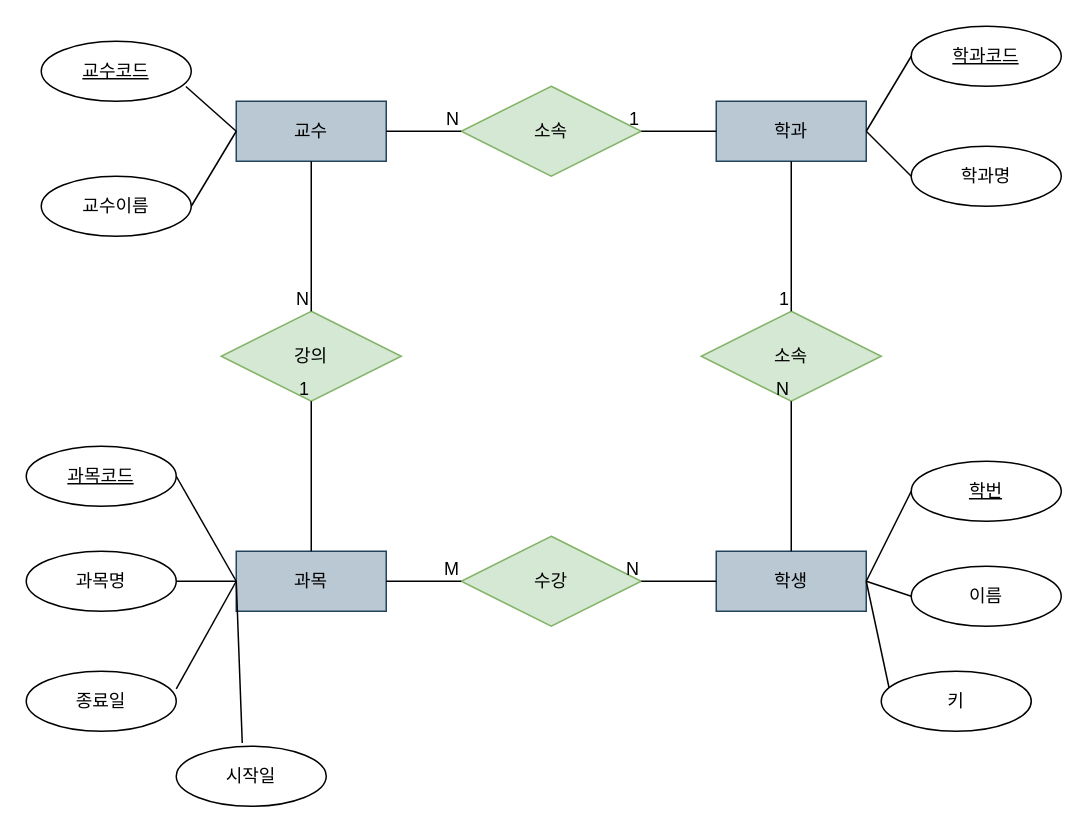
KHJ2620/Class keeps this draw.io diagram as 학사관리시스템.drawio. Above is the earlier version. Source tidied: cells renumbered, new cells numbered last; positions are measured from the earlier drawing's top-left corner, leaving out a move shared by most shapes. Both pictures are drawn from the tidied source at 150%, with x=0, y=0 at pixel (26, 26).
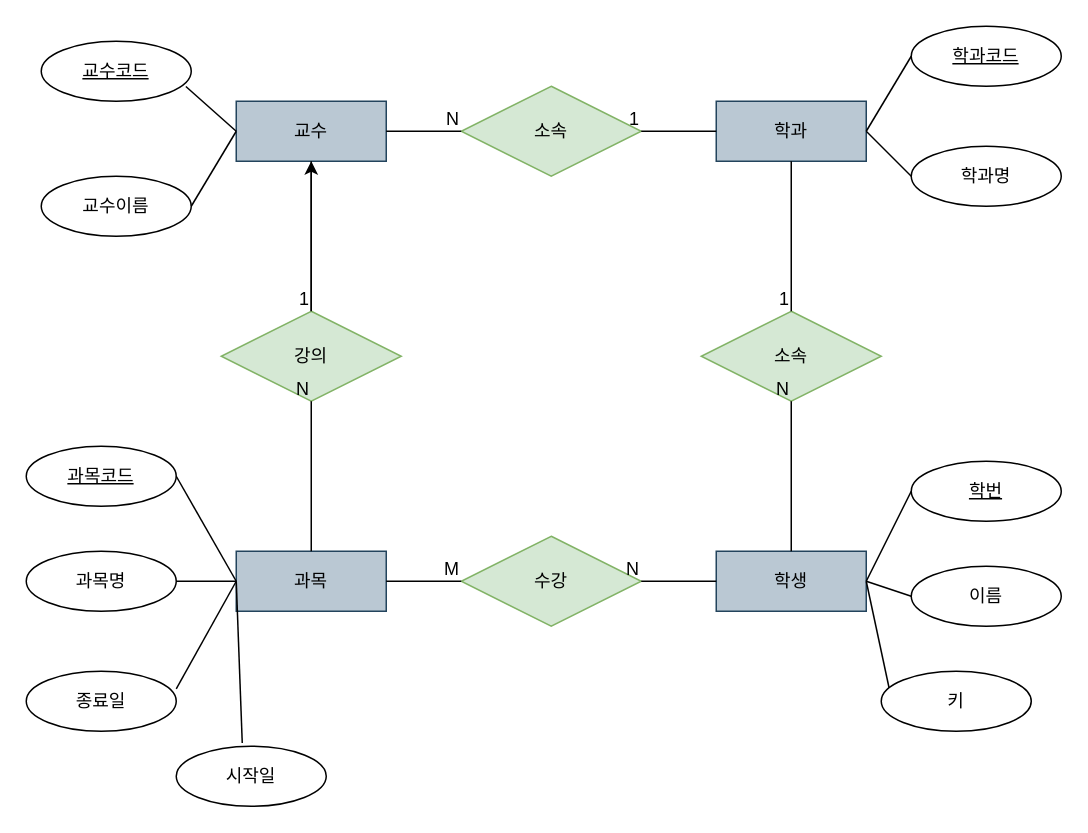
After the change.

Commit message (it also covers changes not shown here):
학사관리시스템.drawio 업데이트

Unchanged cells that the change refers to:
```xml
<mxCell id="2" value="교수" style="whiteSpace=wrap;html=1;align=center;fillColor=#bac8d3;strokeColor=#23445d;" parent="1" vertex="1">
  <mxGeometry x="140" y="50" width="100" height="40" as="geometry" />
</mxCell>
<mxCell id="7" value="강의" style="shape=rhombus;perimeter=rhombusPerimeter;whiteSpace=wrap;html=1;align=center;fillColor=#d5e8d4;strokeColor=#82b366;" parent="1" vertex="1">
  <mxGeometry x="130" y="190" width="120" height="60" as="geometry" />
</mxCell>
<mxCell id="18" style="endArrow=none;html=1;rounded=0;exitX=0.5;exitY=1;exitDx=0;exitDy=0;entryX=0.5;entryY=0;entryDx=0;entryDy=0;" parent="1" edge="1" source="2" target="7">
  <mxGeometry relative="1" as="geometry" />
</mxCell>
<mxCell id="20" style="endArrow=none;html=1;rounded=0;exitX=0.5;exitY=0;exitDx=0;exitDy=0;entryX=0.5;entryY=1;entryDx=0;entryDy=0;" parent="1" edge="1" source="4" target="7">
  <mxGeometry relative="1" as="geometry" />
</mxCell>
```

Diff of the diagram source:
```diff
@@
+    <mxCell id="48" style="edgeStyle=orthogonalEdgeStyle;rounded=0;jettySize=auto;html=1;" parent="1" edge="1" source="7" target="2">
+      <mxGeometry relative="1" as="geometry" />
+    </mxCell>
@@
-    <mxCell id="19" value="N" style="html=1;whiteSpace=wrap;align=right;verticalAlign=bottom;" parent="18" vertex="1">
+    <mxCell id="19" value="1" style="html=1;whiteSpace=wrap;align=right;verticalAlign=bottom;" parent="18" vertex="1">
       <mxGeometry x="1" relative="1" as="geometry" />
     </mxCell>
@@
-    <mxCell id="21" value="1" style="html=1;whiteSpace=wrap;align=right;verticalAlign=bottom;" parent="20" vertex="1">
+    <mxCell id="21" value="N" style="html=1;whiteSpace=wrap;align=right;verticalAlign=bottom;" parent="20" vertex="1">
       <mxGeometry x="1" relative="1" as="geometry" />
     </mxCell>
```
